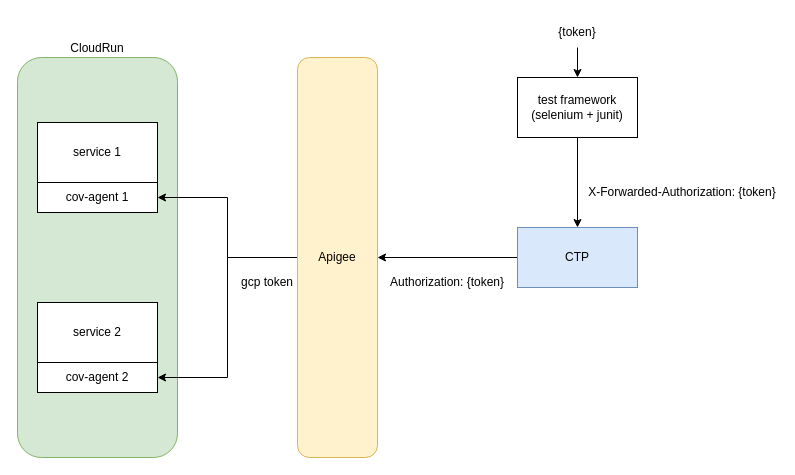
gtrofimov/draw-io-projects keeps this draw.io diagram as poc.drawio. Above is the earlier version. Source tidied: cells renumbered, new cells numbered last; positions are measured from the earlier drawing's top-left corner, leaving out a move shared by most shapes. Both pictures are drawn from the tidied source at 100%, with x=0, y=0 at pixel (17, 17).
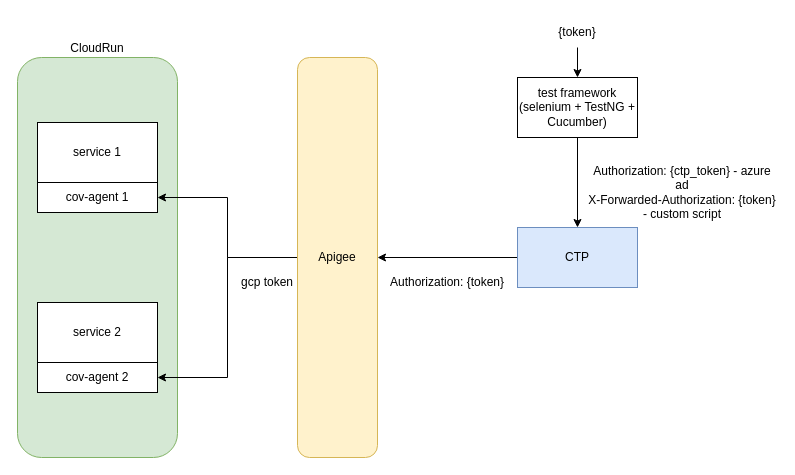
The same diagram, later.

The edit, as a diff of the source:
```diff
@@
 <mxGraphModel>
   <root>
     <mxCell id="0" />
     <mxCell id="1" parent="0" />
     <mxCell id="2" value="CloudRun" style="rounded=1;whiteSpace=wrap;html=1;labelPosition=center;verticalLabelPosition=top;align=center;verticalAlign=bottom;fillColor=#d5e8d4;strokeColor=#82b366;" parent="1" vertex="1">
       <mxGeometry y="40" width="160" height="400" as="geometry" />
     </mxCell>
     <mxCell id="3" value="service 1" style="rounded=0;whiteSpace=wrap;html=1;" parent="1" vertex="1">
       <mxGeometry x="20" y="105" width="120" height="60" as="geometry" />
     </mxCell>
     <mxCell id="4" value="cov-agent 1" style="rounded=0;whiteSpace=wrap;html=1;" parent="1" vertex="1">
       <mxGeometry x="20" y="165" width="120" height="30" as="geometry" />
     </mxCell>
     <mxCell id="5" style="edgeStyle=orthogonalEdgeStyle;rounded=0;jettySize=auto;html=1;exitX=0;exitY=0.5;exitDx=0;exitDy=0;entryX=1;entryY=0.5;entryDx=0;entryDy=0;" parent="1" edge="1" source="7" target="4">
       <mxGeometry relative="1" as="geometry" />
     </mxCell>
     <mxCell id="6" style="edgeStyle=orthogonalEdgeStyle;rounded=0;jettySize=auto;html=1;exitX=0;exitY=0.5;exitDx=0;exitDy=0;entryX=1;entryY=0.5;entryDx=0;entryDy=0;" parent="1" edge="1" source="7" target="13">
       <mxGeometry relative="1" as="geometry" />
     </mxCell>
     <mxCell id="7" value="Apigee" style="rounded=1;whiteSpace=wrap;html=1;labelPosition=center;verticalLabelPosition=middle;align=center;verticalAlign=middle;fillColor=#fff2cc;strokeColor=#d6b656;" parent="1" vertex="1">
       <mxGeometry x="280" y="40" width="80" height="400" as="geometry" />
     </mxCell>
     <mxCell id="8" style="edgeStyle=orthogonalEdgeStyle;rounded=0;jettySize=auto;html=1;entryX=1;entryY=0.5;entryDx=0;entryDy=0;" parent="1" edge="1" source="9" target="7">
       <mxGeometry relative="1" as="geometry" />
     </mxCell>
     <mxCell id="9" value="CTP" style="rounded=0;whiteSpace=wrap;html=1;fillColor=#dae8fc;strokeColor=#6c8ebf;" parent="1" vertex="1">
       <mxGeometry x="500" y="210" width="120" height="60" as="geometry" />
     </mxCell>
     <mxCell id="10" style="edgeStyle=orthogonalEdgeStyle;rounded=0;jettySize=auto;html=1;entryX=0.5;entryY=0;entryDx=0;entryDy=0;" parent="1" edge="1" source="11" target="9">
       <mxGeometry relative="1" as="geometry" />
     </mxCell>
-    <mxCell id="11" value="test framework&lt;div&gt;(selenium + junit)&lt;/div&gt;" style="rounded=0;whiteSpace=wrap;html=1;" parent="1" vertex="1">
+    <mxCell id="11" value="test framework&lt;div&gt;(selenium + TestNG + Cucumber)&lt;/div&gt;" style="rounded=0;whiteSpace=wrap;html=1;" parent="1" vertex="1">
       <mxGeometry x="500" y="60" width="120" height="60" as="geometry" />
     </mxCell>
     <mxCell id="12" value="service 2" style="rounded=0;whiteSpace=wrap;html=1;" parent="1" vertex="1">
       <mxGeometry x="20" y="285" width="120" height="60" as="geometry" />
     </mxCell>
     <mxCell id="13" value="cov-agent 2" style="rounded=0;whiteSpace=wrap;html=1;" parent="1" vertex="1">
       <mxGeometry x="20" y="345" width="120" height="30" as="geometry" />
     </mxCell>
-    <mxCell id="14" value="X-Forwarded-Authorization: {token}" style="text;html=1;align=center;verticalAlign=middle;whiteSpace=wrap;rounded=0;" parent="1" vertex="1">
+    <mxCell id="14" value="Authorization: {ctp_token} - azure ad&lt;div&gt;X-Forwarded-Authorization: {token} - custom script&lt;/div&gt;" style="text;html=1;align=center;verticalAlign=middle;whiteSpace=wrap;rounded=0;" parent="1" vertex="1">
       <mxGeometry x="570" y="130" width="190" height="90" as="geometry" />
     </mxCell>
     <mxCell id="15" value="Authorization: {token}" style="text;html=1;align=center;verticalAlign=middle;whiteSpace=wrap;rounded=0;rotation=0;" parent="1" vertex="1">
       <mxGeometry x="370" y="220" width="120" height="90" as="geometry" />
     </mxCell>
     <mxCell id="16" style="edgeStyle=orthogonalEdgeStyle;rounded=0;jettySize=auto;html=1;" parent="1" edge="1" source="17" target="11">
       <mxGeometry relative="1" as="geometry" />
     </mxCell>
     <mxCell id="17" value="{token}" style="text;html=1;align=center;verticalAlign=middle;whiteSpace=wrap;rounded=0;" parent="1" vertex="1">
       <mxGeometry x="530" width="60" height="30" as="geometry" />
     </mxCell>
     <mxCell id="18" value="gcp token" style="text;html=1;align=center;verticalAlign=middle;whiteSpace=wrap;rounded=0;" parent="1" vertex="1">
       <mxGeometry x="220" y="250" width="60" height="30" as="geometry" />
     </mxCell>
   </root>
 </mxGraphModel>
```
